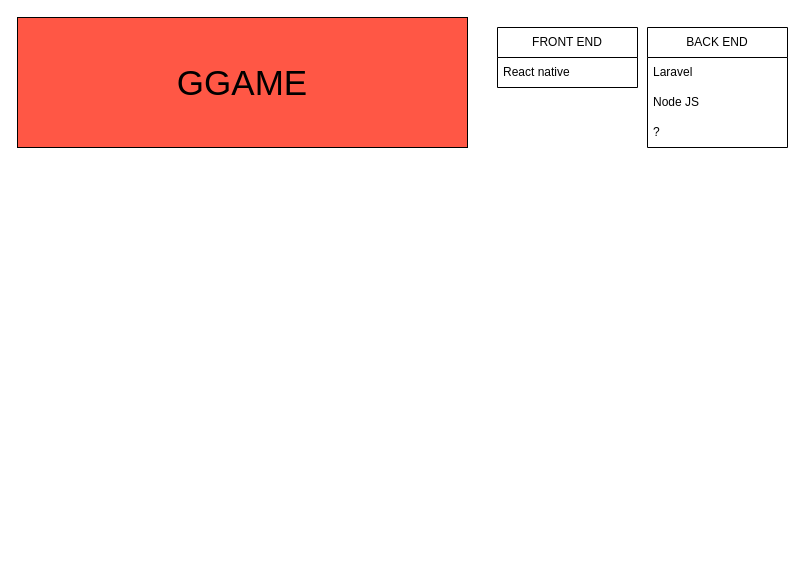
Above: GGame.drawio in ahmet-gor/AuMeT (draw.io), before the change. Source tidied: cells renumbered, new cells numbered last; positions are measured from the earlier drawing's top-left corner, leaving out a move shared by most shapes. Both pictures are drawn from the tidied source at 100%, with x=0, y=0 at pixel (17, 17).
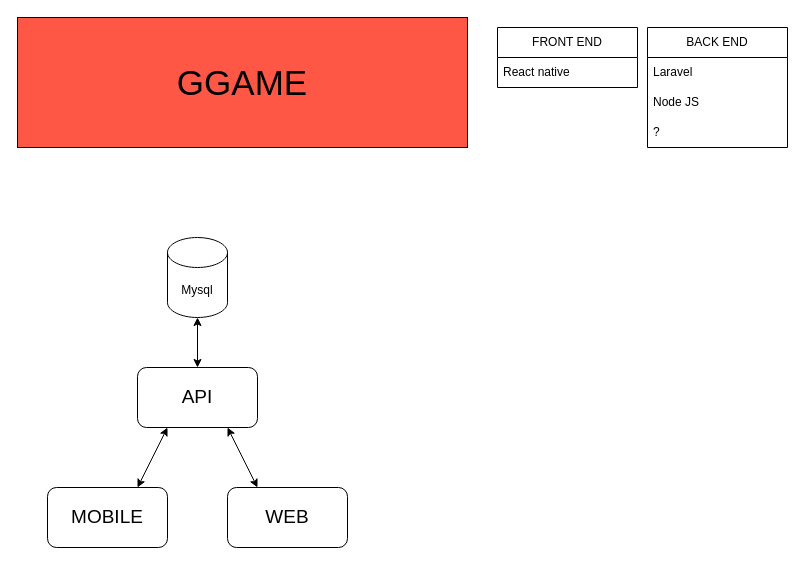
The same page after the edit.

The edit, as a diff of the source:
```diff
@@
 <mxGraphModel>
   <root>
     <mxCell id="0" />
     <mxCell id="1" parent="0" />
     <mxCell id="2" value="GGAME" style="rounded=0;whiteSpace=wrap;html=1;strokeWidth=1;fillColor=#FF5745;fontSize=35;" parent="1" vertex="1">
       <mxGeometry width="450" height="130" as="geometry" />
     </mxCell>
     <mxCell id="3" value="FRONT END" style="swimlane;fontStyle=0;horizontal=1;startSize=30;whiteSpace=wrap;html=1;" parent="1" vertex="1">
       <mxGeometry x="480" y="10" width="140" height="60" as="geometry" />
     </mxCell>
     <mxCell id="4" value="React native" style="text;strokeColor=none;fillColor=none;align=left;verticalAlign=middle;spacingLeft=4;spacingRight=4;overflow=hidden;whiteSpace=wrap;html=1;" parent="3" vertex="1">
       <mxGeometry y="30" width="140" height="30" as="geometry" />
     </mxCell>
     <mxCell id="5" value="BACK END" style="swimlane;fontStyle=0;horizontal=1;startSize=30;whiteSpace=wrap;html=1;" parent="1" vertex="1">
       <mxGeometry x="630" y="10" width="140" height="120" as="geometry" />
     </mxCell>
     <mxCell id="6" value="Laravel" style="text;strokeColor=none;fillColor=none;align=left;verticalAlign=middle;spacingLeft=4;spacingRight=4;overflow=hidden;whiteSpace=wrap;html=1;strokeWidth=1;" parent="5" vertex="1">
       <mxGeometry y="30" width="140" height="30" as="geometry" />
     </mxCell>
     <mxCell id="7" value="Node JS" style="text;strokeColor=none;fillColor=none;align=left;verticalAlign=middle;spacingLeft=4;spacingRight=4;overflow=hidden;whiteSpace=wrap;html=1;strokeWidth=1;" parent="5" vertex="1">
       <mxGeometry y="60" width="140" height="30" as="geometry" />
     </mxCell>
     <mxCell id="8" value="?" style="text;strokeColor=none;fillColor=none;align=left;verticalAlign=middle;spacingLeft=4;spacingRight=4;overflow=hidden;whiteSpace=wrap;html=1;strokeWidth=1;" parent="5" vertex="1">
       <mxGeometry y="90" width="140" height="30" as="geometry" />
     </mxCell>
+    <mxCell id="9" value="Mysql" style="shape=cylinder3;whiteSpace=wrap;html=1;boundedLbl=1;backgroundOutline=1;size=15;" parent="1" vertex="1">
+      <mxGeometry x="150" y="220" width="60" height="80" as="geometry" />
+    </mxCell>
+    <mxCell id="10" value="API" style="rounded=1;whiteSpace=wrap;html=1;fontSize=19;" parent="1" vertex="1">
+      <mxGeometry x="120" y="350" width="120" height="60" as="geometry" />
+    </mxCell>
+    <mxCell id="11" value="MOBILE" style="rounded=1;whiteSpace=wrap;html=1;fontSize=19;" parent="1" vertex="1">
+      <mxGeometry x="30" y="470" width="120" height="60" as="geometry" />
+    </mxCell>
+    <mxCell id="12" value="WEB" style="rounded=1;whiteSpace=wrap;html=1;fontSize=19;" parent="1" vertex="1">
+      <mxGeometry x="210" y="470" width="120" height="60" as="geometry" />
+    </mxCell>
+    <mxCell id="13" style="endArrow=classic;startArrow=classic;html=1;rounded=0;entryX=0.5;entryY=1;entryDx=0;entryDy=0;entryPerimeter=0;exitX=0.5;exitY=0;exitDx=0;exitDy=0;" parent="1" edge="1" source="10" target="9">
+      <mxGeometry relative="1" as="geometry" />
+    </mxCell>
+    <mxCell id="14" style="endArrow=classic;startArrow=classic;html=1;rounded=0;entryX=0.25;entryY=1;entryDx=0;entryDy=0;exitX=0.75;exitY=0;exitDx=0;exitDy=0;" parent="1" edge="1" source="11" target="10">
+      <mxGeometry relative="1" as="geometry" />
+    </mxCell>
+    <mxCell id="15" style="endArrow=classic;startArrow=classic;html=1;rounded=0;entryX=0.75;entryY=1;entryDx=0;entryDy=0;exitX=0.25;exitY=0;exitDx=0;exitDy=0;" parent="1" edge="1" source="12" target="10">
+      <mxGeometry relative="1" as="geometry" />
+    </mxCell>
   </root>
 </mxGraphModel>
```
